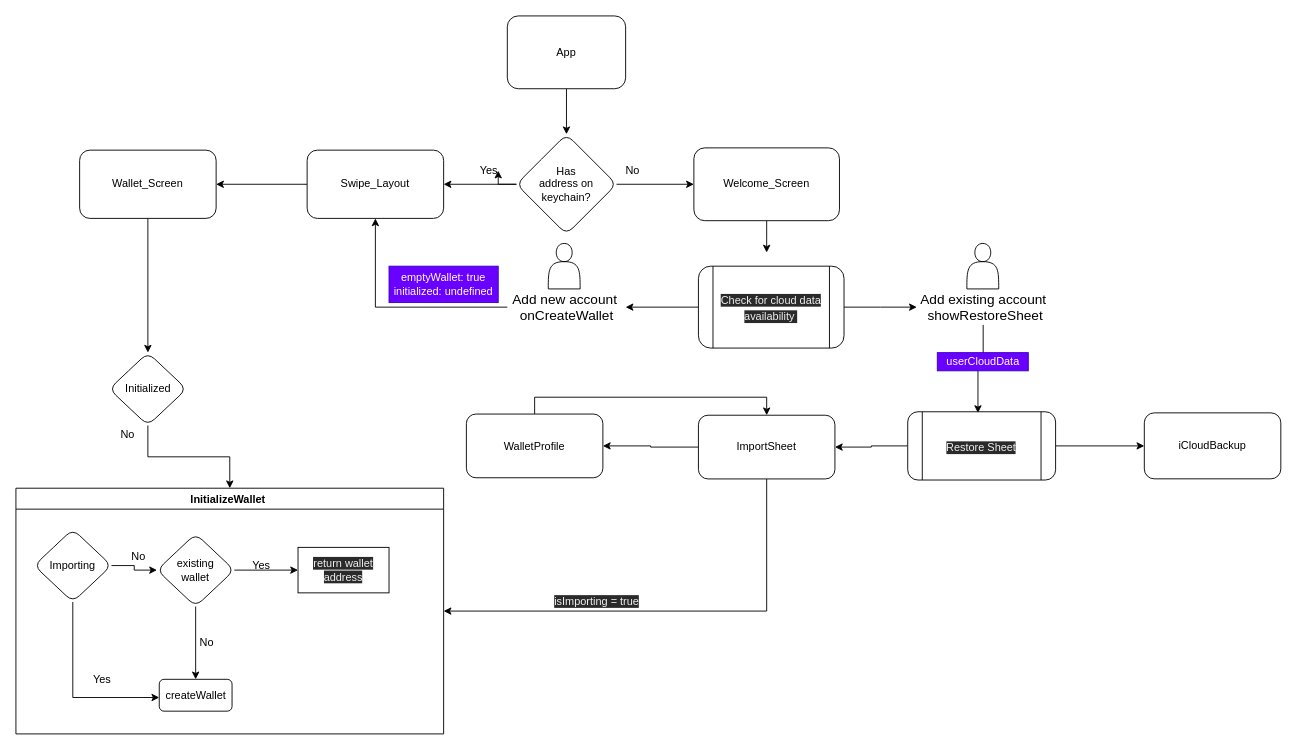
cardstack/cardwallet keeps this draw.io diagram as cardstack/docs/initDiagram.drawio. Above is the earlier version. Source tidied: cells renumbered, new cells numbered last; positions are measured from the earlier drawing's top-left corner, leaving out a move shared by most shapes. Both pictures are drawn from the tidied source at 91%, with x=0, y=0 at pixel (15, 15).
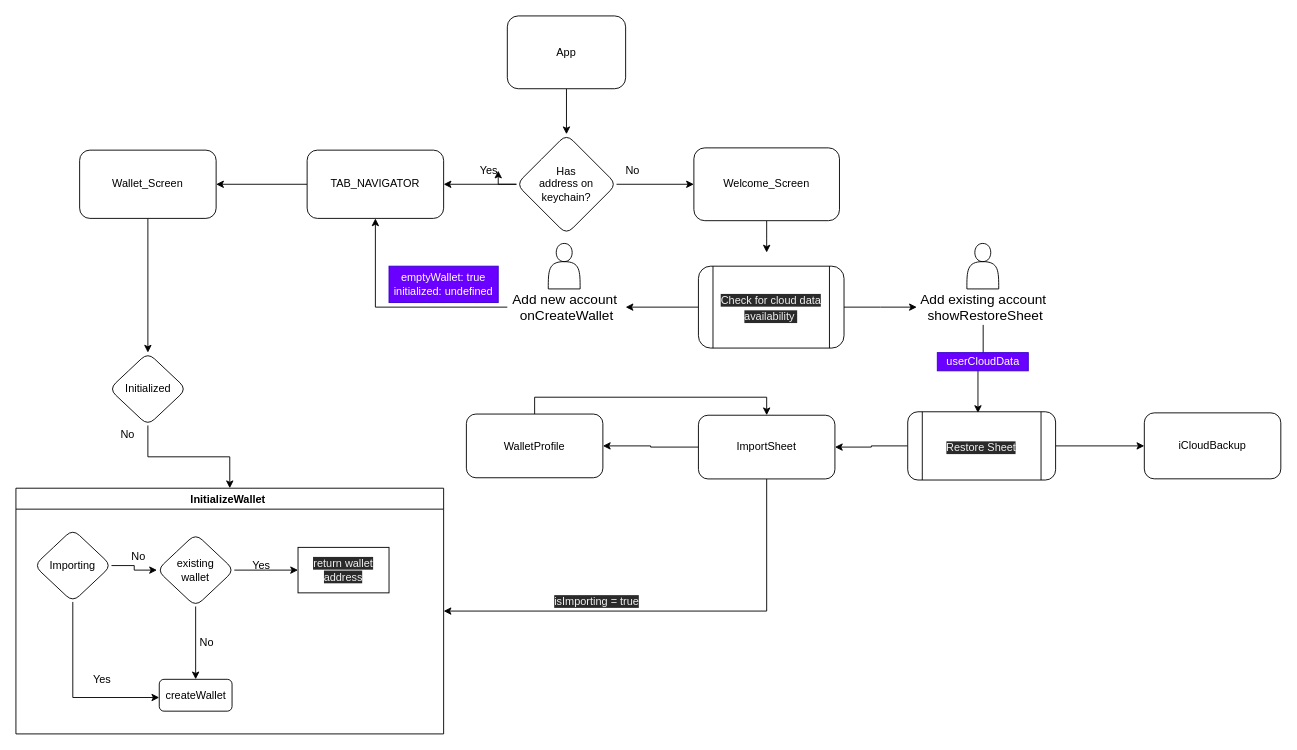
After the change.

What changed in the source:
```diff
@@
-    <mxCell id="11" value="Swipe_Layout" style="rounded=1;whiteSpace=wrap;html=1;" parent="1" vertex="1">
+    <mxCell id="11" value="TAB_NAVIGATOR" style="rounded=1;whiteSpace=wrap;html=1;" parent="1" vertex="1">
       <mxGeometry x="320" y="147.5" width="150" height="75" as="geometry" />
     </mxCell>
```
